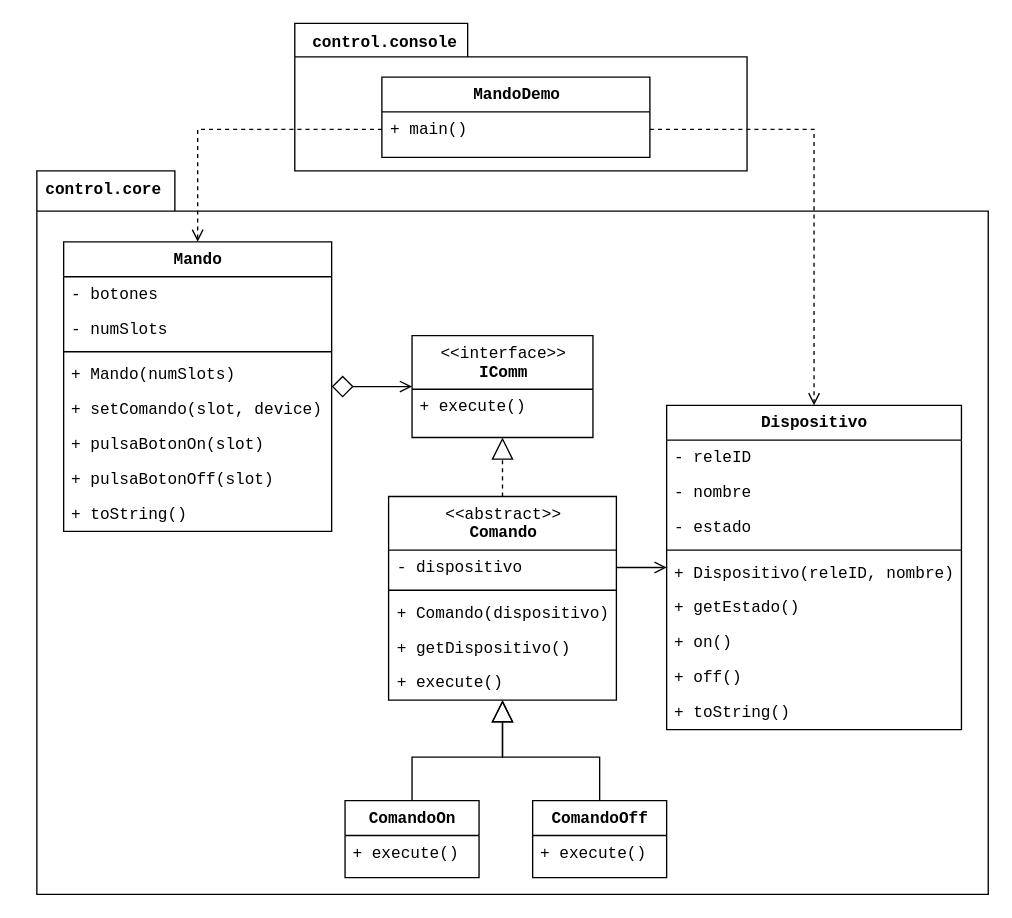
The draw.io diagram u06/tarea_control/doc/control.drawio in fran-sc/prog-1920, before the edit. Source tidied: cells renumbered, new cells numbered last; positions are measured from the earlier drawing's top-left corner, leaving out a move shared by most shapes. Both pictures are drawn from the tidied source at 134%, with x=0, y=0 at pixel (36, 23).
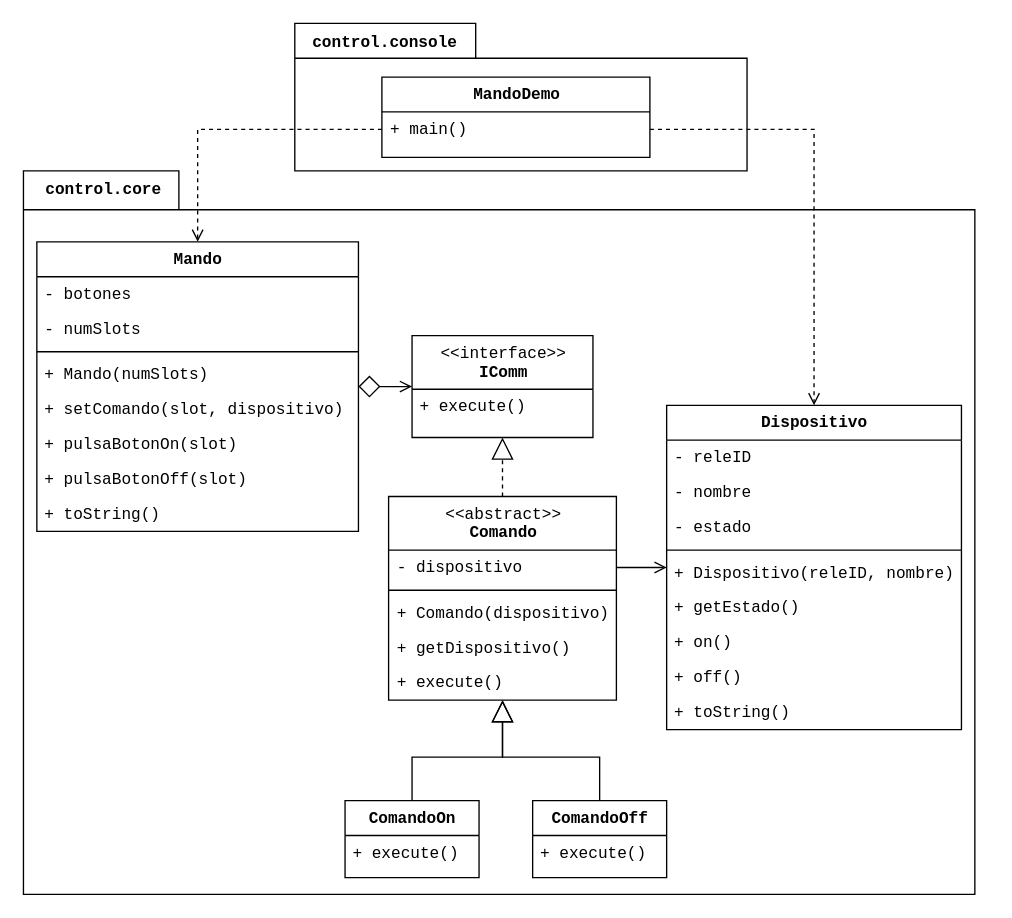
After the change.

The edit, as a diff of the source:
```diff
@@
-    <mxCell id="2" style="shape=folder;fontStyle=1;spacingTop=10;tabWidth=129;tabHeight=25;tabPosition=left;html=1;" parent="1" vertex="1">
+    <mxCell id="2" style="shape=folder;fontStyle=1;spacingTop=10;tabWidth=135;tabHeight=26;tabPosition=left;html=1;" parent="1" vertex="1">
       <mxGeometry x="192.5" width="337.5" height="110" as="geometry" />
     </mxCell>
-    <mxCell id="3" style="shape=folder;fontStyle=1;spacingTop=10;tabWidth=103;tabHeight=30;tabPosition=left;html=1;fontFamily=Courier New;" parent="1" vertex="1">
-      <mxGeometry y="110" width="710" height="540" as="geometry" />
+    <mxCell id="3" style="shape=folder;fontStyle=1;spacingTop=10;tabWidth=116;tabHeight=29;tabPosition=left;html=1;fontFamily=Courier New;" parent="1" vertex="1">
+      <mxGeometry x="-10" y="110" width="710" height="540" as="geometry" />
     </mxCell>
@@
     <mxCell id="20" value="Mando" style="swimlane;html=1;fontStyle=1;align=center;verticalAlign=top;horizontal=1;startSize=26;swimlaneFillColor=#ffffff;rounded=0;shadow=0;comic=0;labelBackgroundColor=none;strokeWidth=1;fillColor=none;fontFamily=Courier New;fontSize=12;" parent="1" vertex="1">
-      <mxGeometry x="20" y="163" width="200" height="216" as="geometry" />
+      <mxGeometry y="163" width="240" height="216" as="geometry" />
     </mxCell>
     <mxCell id="21" value="- botones" style="text;html=1;strokeColor=none;fillColor=none;align=left;verticalAlign=top;spacingLeft=4;spacingRight=4;whiteSpace=wrap;overflow=hidden;fontFamily=Courier New;" parent="20" vertex="1">
-      <mxGeometry y="26" width="200" height="26" as="geometry" />
+      <mxGeometry y="26" width="240" height="26" as="geometry" />
     </mxCell>
     <mxCell id="22" value="- numSlots" style="text;html=1;strokeColor=none;fillColor=none;align=left;verticalAlign=top;spacingLeft=4;spacingRight=4;whiteSpace=wrap;overflow=hidden;fontFamily=Courier New;" parent="20" vertex="1">
-      <mxGeometry y="52" width="200" height="26" as="geometry" />
+      <mxGeometry y="52" width="240" height="26" as="geometry" />
     </mxCell>
     <mxCell id="23" style="line;html=1;strokeWidth=1;fillColor=none;align=left;verticalAlign=middle;spacingTop=-1;spacingLeft=3;spacingRight=3;labelPosition=right;fontFamily=Courier New;" parent="20" vertex="1">
-      <mxGeometry y="78" width="200" height="8" as="geometry" />
+      <mxGeometry y="78" width="240" height="8" as="geometry" />
     </mxCell>
     <mxCell id="24" value="+ Mando(numSlots)" style="text;html=1;strokeColor=none;fillColor=none;align=left;verticalAlign=top;spacingLeft=4;spacingRight=4;whiteSpace=wrap;overflow=hidden;fontFamily=Courier New;" parent="20" vertex="1">
-      <mxGeometry y="86" width="200" height="26" as="geometry" />
+      <mxGeometry y="86" width="240" height="26" as="geometry" />
     </mxCell>
-    <mxCell id="25" value="+ setComando(slot, device)" style="text;html=1;strokeColor=none;fillColor=none;align=left;verticalAlign=top;spacingLeft=4;spacingRight=4;whiteSpace=wrap;overflow=hidden;fontFamily=Courier New;" parent="20" vertex="1">
-      <mxGeometry y="112" width="200" height="26" as="geometry" />
+    <mxCell id="25" value="+ setComando(slot, dispositivo)" style="text;html=1;strokeColor=none;fillColor=none;align=left;verticalAlign=top;spacingLeft=4;spacingRight=4;whiteSpace=wrap;overflow=hidden;fontFamily=Courier New;" parent="20" vertex="1">
+      <mxGeometry y="112" width="240" height="26" as="geometry" />
     </mxCell>
     <mxCell id="26" value="+ pulsaBotonOn(slot)" style="text;html=1;strokeColor=none;fillColor=none;align=left;verticalAlign=top;spacingLeft=4;spacingRight=4;whiteSpace=wrap;overflow=hidden;fontFamily=Courier New;" parent="20" vertex="1">
-      <mxGeometry y="138" width="200" height="26" as="geometry" />
+      <mxGeometry y="138" width="240" height="26" as="geometry" />
     </mxCell>
     <mxCell id="27" value="+ pulsaBotonOff(slot)" style="text;html=1;strokeColor=none;fillColor=none;align=left;verticalAlign=top;spacingLeft=4;spacingRight=4;whiteSpace=wrap;overflow=hidden;fontFamily=Courier New;" parent="20" vertex="1">
-      <mxGeometry y="164" width="200" height="26" as="geometry" />
+      <mxGeometry y="164" width="240" height="26" as="geometry" />
     </mxCell>
     <mxCell id="28" value="+ toString()" style="text;html=1;strokeColor=none;fillColor=none;align=left;verticalAlign=top;spacingLeft=4;spacingRight=4;whiteSpace=wrap;overflow=hidden;fontFamily=Courier New;" parent="20" vertex="1">
-      <mxGeometry y="190" width="200" height="26" as="geometry" />
+      <mxGeometry y="190" width="240" height="26" as="geometry" />
     </mxCell>
```
